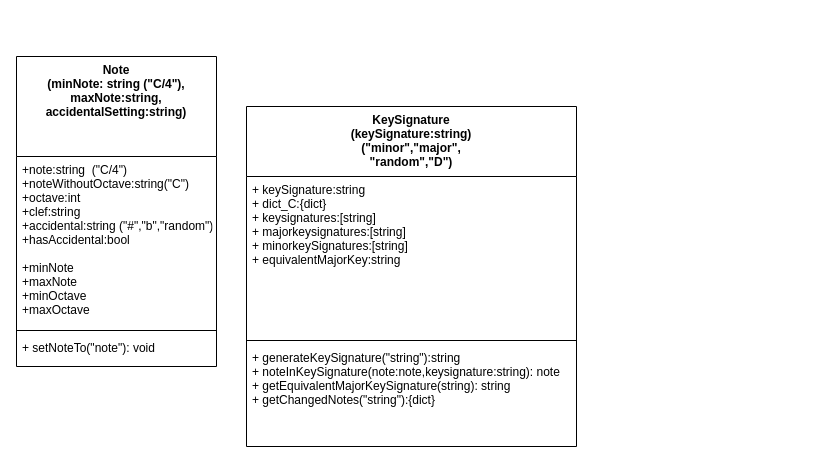
This is page "MainProgram" (1 of 2) of classdiagram.drawio from Nilsteichert/nilsteichert.github.io, a draw.io file, before an edit. Source tidied: cells renumbered, new cells numbered last; positions are measured from the earlier drawing's top-left corner, leaving out a move shared by most shapes. Both pictures are drawn from the tidied source at 100%, with x=0, y=0 at pixel (16, 56).
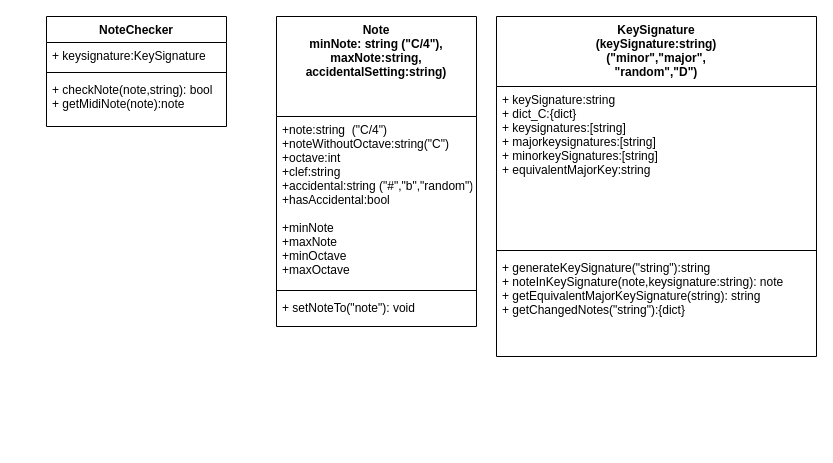
The same diagram, later.

Commit message (it also covers changes not shown here):
implemented notechecker

Diff of the diagram source:
```diff
@@
 <mxGraphModel>
   <root>
     <mxCell id="0" />
     <mxCell id="1" parent="0" />
-    <mxCell id="2" value="Note&#10;(minNote: string (&quot;C/4&quot;),&#10;maxNote:string,&#10;accidentalSetting:string)&#10;" style="swimlane;fontStyle=1;align=center;verticalAlign=top;horizontal=1;startSize=100;" parent="1" vertex="1">
-      <mxGeometry width="200" height="310" as="geometry" />
+    <mxCell id="2" value="Note&#10;minNote: string (&quot;C/4&quot;),&#10;maxNote:string,&#10;accidentalSetting:string)&#10;" style="swimlane;fontStyle=1;align=center;verticalAlign=top;horizontal=1;startSize=100;" parent="1" vertex="1">
+      <mxGeometry x="260" y="-40" width="200" height="310" as="geometry" />
     </mxCell>
     <mxCell id="3" value="+note:string  (&quot;C/4&quot;)&#10;+noteWithoutOctave:string(&quot;C&quot;)&#10;+octave:int&#10;+clef:string&#10;+accidental:string (&quot;#&quot;,&quot;b&quot;,&quot;random&quot;)&#10;+hasAccidental:bool&#10;&#10;+minNote&#10;+maxNote&#10;+minOctave&#10;+maxOctave&#10;&#10;&#10;" style="text;strokeColor=none;fillColor=none;align=left;verticalAlign=top;spacingLeft=4;spacingRight=4;overflow=hidden;" parent="2" vertex="1">
       <mxGeometry y="100" width="200" height="170" as="geometry" />
     </mxCell>
     <mxCell id="4" style="line;strokeWidth=1;fillColor=none;align=left;verticalAlign=middle;spacingTop=-1;spacingLeft=3;spacingRight=3;labelPosition=right;" parent="2" vertex="1">
       <mxGeometry y="270" width="200" height="8" as="geometry" />
     </mxCell>
     <mxCell id="5" value="+ setNoteTo(&quot;note&quot;): void" style="text;strokeColor=none;fillColor=none;align=left;verticalAlign=top;spacingLeft=4;spacingRight=4;overflow=hidden;" parent="2" vertex="1">
       <mxGeometry y="278" width="200" height="32" as="geometry" />
     </mxCell>
     <mxCell id="6" value="KeySignature&#10;(keySignature:string)&#10;(&quot;minor&quot;,&quot;major&quot;,&#10;&quot;random&quot;,&quot;D&quot;)" style="swimlane;fontStyle=1;align=center;verticalAlign=top;horizontal=1;startSize=70;" parent="1" vertex="1">
-      <mxGeometry x="230" y="50" width="330" height="340" as="geometry" />
+      <mxGeometry x="480" y="-40" width="320" height="340" as="geometry" />
     </mxCell>
     <mxCell id="7" value="+ keySignature:string&#10;+ dict_C:{dict}&#10;+ keysignatures:[string]&#10;+ majorkeysignatures:[string]&#10;+ minorkeySignatures:[string]&#10;+ equivalentMajorKey:string&#10;" style="text;strokeColor=none;fillColor=none;align=left;verticalAlign=top;spacingLeft=4;spacingRight=4;overflow=hidden;" parent="6" vertex="1">
-      <mxGeometry y="70" width="330" height="160" as="geometry" />
+      <mxGeometry y="70" width="320" height="160" as="geometry" />
     </mxCell>
     <mxCell id="8" style="line;strokeWidth=1;fillColor=none;align=left;verticalAlign=middle;spacingTop=-1;spacingLeft=3;spacingRight=3;labelPosition=right;" parent="6" vertex="1">
-      <mxGeometry y="230" width="330" height="8" as="geometry" />
+      <mxGeometry y="230" width="320" height="8" as="geometry" />
     </mxCell>
-    <mxCell id="9" value="+ generateKeySignature(&quot;string&quot;):string&#10;+ noteInKeySignature(note:note,keysignature:string): note&#10;+ getEquivalentMajorKeySignature(string): string&#10;+ getChangedNotes(&quot;string&quot;):{dict}&#10;&#10;" style="text;strokeColor=none;fillColor=none;align=left;verticalAlign=top;spacingLeft=4;spacingRight=4;overflow=hidden;" parent="6" vertex="1">
-      <mxGeometry y="238" width="330" height="102" as="geometry" />
+    <mxCell id="9" value="+ generateKeySignature(&quot;string&quot;):string&#10;+ noteInKeySignature(note,keysignature:string): note&#10;+ getEquivalentMajorKeySignature(string): string&#10;+ getChangedNotes(&quot;string&quot;):{dict}&#10;&#10;" style="text;strokeColor=none;fillColor=none;align=left;verticalAlign=top;spacingLeft=4;spacingRight=4;overflow=hidden;" parent="6" vertex="1">
+      <mxGeometry y="238" width="320" height="102" as="geometry" />
     </mxCell>
+    <mxCell id="10" value="NoteChecker" style="swimlane;fontStyle=1;align=center;verticalAlign=top;horizontal=1;startSize=26;" parent="1" vertex="1">
+      <mxGeometry x="30" y="-40" width="180" height="110" as="geometry" />
+    </mxCell>
+    <mxCell id="11" value="+ keysignature:KeySignature" style="text;strokeColor=none;fillColor=none;align=left;verticalAlign=top;spacingLeft=4;spacingRight=4;overflow=hidden;" parent="10" vertex="1">
+      <mxGeometry y="26" width="180" height="26" as="geometry" />
+    </mxCell>
+    <mxCell id="12" style="line;strokeWidth=1;fillColor=none;align=left;verticalAlign=middle;spacingTop=-1;spacingLeft=3;spacingRight=3;labelPosition=right;" parent="10" vertex="1">
+      <mxGeometry y="52" width="180" height="8" as="geometry" />
+    </mxCell>
+    <mxCell id="13" value="+ checkNote(note,string): bool&#10;+ getMidiNote(note):note" style="text;strokeColor=none;fillColor=none;align=left;verticalAlign=top;spacingLeft=4;spacingRight=4;overflow=hidden;" parent="10" vertex="1">
+      <mxGeometry y="60" width="180" height="50" as="geometry" />
+    </mxCell>
   </root>
 </mxGraphModel>
```
